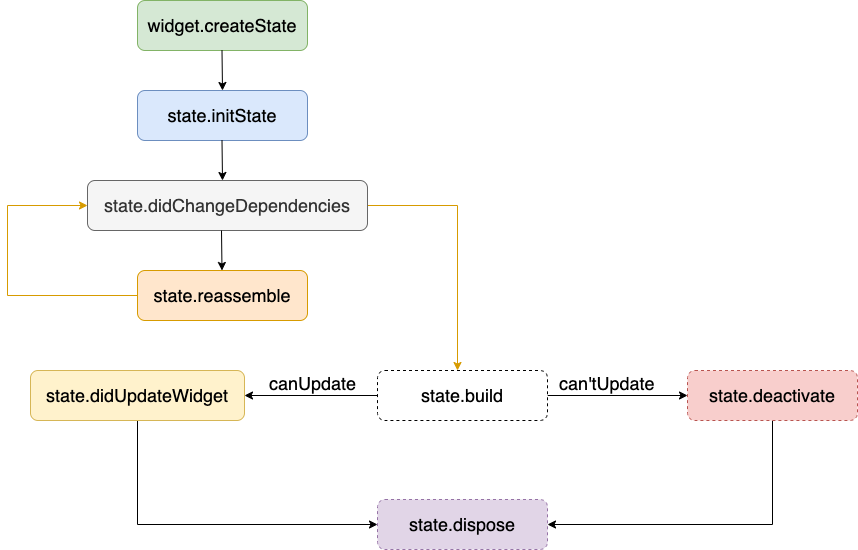
This is images/state_cycle.png from jinjilynn/flutter_tour, a draw.io export, as it was before one commit. Source tidied: cells renumbered, new cells last; positions are measured from the earlier drawing's top-left corner, leaving out a move shared by most shapes.
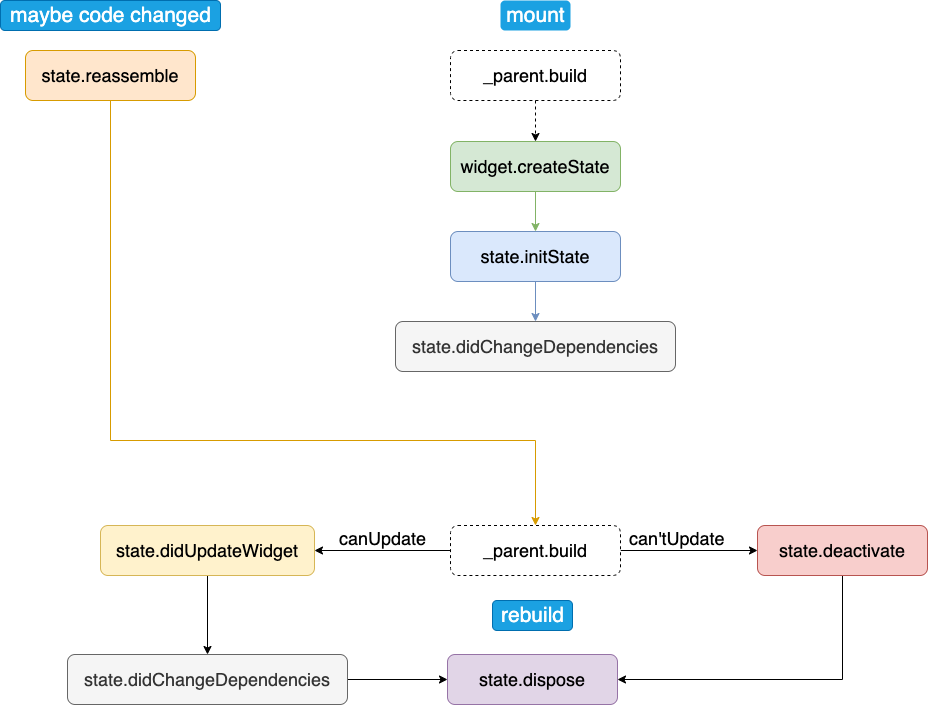
Above is the later version.

What changed in the source:
```diff
@@ -2,63 +2,46 @@
   <root>
     <mxCell id="0" />
     <mxCell id="1" parent="0" />
+    <mxCell id="18" style="edgeStyle=orthogonalEdgeStyle;rounded=0;jettySize=auto;html=1;exitX=0.5;exitY=1;exitDx=0;exitDy=0;entryX=0.5;entryY=0;entryDx=0;entryDy=0;fontSize=21;fillColor=#d5e8d4;strokeColor=#82b366;" parent="1" edge="1" source="2" target="4">
+      <mxGeometry relative="1" as="geometry" />
+    </mxCell>
     <mxCell id="2" value="&lt;font style=&quot;font-size: 18px&quot;&gt;widget.createState&lt;/font&gt;" style="rounded=1;whiteSpace=wrap;html=1;fillColor=#d5e8d4;strokeColor=#82b366;" parent="1" vertex="1">
-      <mxGeometry x="130" width="170" height="50" as="geometry" />
+      <mxGeometry x="373" y="-14" width="170" height="50" as="geometry" />
     </mxCell>
-    <mxCell id="3" style="endArrow=classic;html=1;" parent="1" edge="1">
-      <mxGeometry relative="1" as="geometry">
-        <mxPoint x="214.5" y="50" as="sourcePoint" />
-        <mxPoint x="215" y="90" as="targetPoint" />
-      </mxGeometry>
-    </mxCell>
+    <mxCell id="21" style="edgeStyle=orthogonalEdgeStyle;rounded=0;jettySize=auto;html=1;exitX=0.5;exitY=1;exitDx=0;exitDy=0;entryX=0.5;entryY=0;entryDx=0;entryDy=0;fontSize=21;fillColor=#dae8fc;strokeColor=#6c8ebf;" parent="1" edge="1" source="4" target="22">
+      <mxGeometry relative="1" as="geometry" />
+    </mxCell>
     <mxCell id="4" value="&lt;span style=&quot;font-size: 18px&quot;&gt;state.initState&lt;/span&gt;" style="rounded=1;whiteSpace=wrap;html=1;fillColor=#dae8fc;strokeColor=#6c8ebf;" parent="1" vertex="1">
-      <mxGeometry x="130" y="90" width="170" height="50" as="geometry" />
+      <mxGeometry x="373" y="76" width="170" height="50" as="geometry" />
     </mxCell>
-    <mxCell id="5" style="endArrow=classic;html=1;" parent="1" edge="1">
-      <mxGeometry relative="1" as="geometry">
-        <mxPoint x="214.5" y="140" as="sourcePoint" />
-        <mxPoint x="215" y="180" as="targetPoint" />
-      </mxGeometry>
-    </mxCell>
-    <mxCell id="6" style="edgeStyle=orthogonalEdgeStyle;rounded=0;jettySize=auto;html=1;exitX=1;exitY=0.5;exitDx=0;exitDy=0;fillColor=#ffe6cc;strokeColor=#d79b00;" parent="1" edge="1" source="7">
-      <mxGeometry relative="1" as="geometry">
-        <mxPoint x="450" y="370" as="targetPoint" />
-      </mxGeometry>
-    </mxCell>
-    <mxCell id="7" value="&lt;span style=&quot;font-size: 18px&quot;&gt;state.didChangeDependencies&lt;/span&gt;" style="rounded=1;whiteSpace=wrap;html=1;fillColor=#f5f5f5;strokeColor=#666666;fontColor=#333333;" parent="1" vertex="1">
-      <mxGeometry x="80" y="180" width="280" height="50" as="geometry" />
-    </mxCell>
-    <mxCell id="8" style="edgeStyle=orthogonalEdgeStyle;rounded=0;jettySize=auto;html=1;exitX=0;exitY=0.5;exitDx=0;exitDy=0;entryX=0;entryY=0.5;entryDx=0;entryDy=0;fillColor=#ffe6cc;strokeColor=#d79b00;" parent="1" edge="1" source="9" target="7">
-      <mxGeometry relative="1" as="geometry">
-        <Array as="points">
-          <mxPoint y="295" />
-          <mxPoint y="205" />
-        </Array>
-      </mxGeometry>
-    </mxCell>
+    <mxCell id="22" value="&lt;span style=&quot;font-size: 18px&quot;&gt;state.didChangeDependencies&lt;/span&gt;" style="rounded=1;whiteSpace=wrap;html=1;fillColor=#f5f5f5;strokeColor=#666666;fontColor=#333333;" parent="1" vertex="1">
+      <mxGeometry x="318" y="166" width="280" height="50" as="geometry" />
+    </mxCell>
+    <mxCell id="23" style="edgeStyle=orthogonalEdgeStyle;rounded=0;jettySize=auto;html=1;exitX=0.5;exitY=1;exitDx=0;exitDy=0;entryX=0.5;entryY=0;entryDx=0;entryDy=0;fontSize=21;fillColor=#ffe6cc;strokeColor=#d79b00;" parent="1" edge="1" source="9" target="26">
+      <mxGeometry relative="1" as="geometry">
+        <Array as="points">
+          <mxPoint x="33" y="285" />
+          <mxPoint x="458" y="285" />
+        </Array>
+      </mxGeometry>
+    </mxCell>
     <mxCell id="9" value="&lt;span style=&quot;font-size: 18px&quot;&gt;state.&lt;/span&gt;&lt;span style=&quot;font-size: 18px&quot;&gt;reassemble&lt;/span&gt;" style="rounded=1;whiteSpace=wrap;html=1;fillColor=#ffe6cc;strokeColor=#d79b00;" parent="1" vertex="1">
-      <mxGeometry x="130" y="270" width="170" height="50" as="geometry" />
+      <mxGeometry x="-52" y="-105" width="170" height="50" as="geometry" />
     </mxCell>
-    <mxCell id="10" style="endArrow=classic;html=1;" parent="1" edge="1">
-      <mxGeometry relative="1" as="geometry">
-        <mxPoint x="214" y="230" as="sourcePoint" />
-        <mxPoint x="214.5" y="270" as="targetPoint" />
-      </mxGeometry>
-    </mxCell>
-    <mxCell id="11" style="edgeStyle=orthogonalEdgeStyle;rounded=0;jettySize=auto;html=1;exitX=0;exitY=0.5;exitDx=0;exitDy=0;entryX=1;entryY=0.5;entryDx=0;entryDy=0;" parent="1" edge="1" source="13" target="15">
-      <mxGeometry relative="1" as="geometry" />
-    </mxCell>
-    <mxCell id="12" style="edgeStyle=orthogonalEdgeStyle;rounded=0;jettySize=auto;html=1;" parent="1" edge="1" source="13">
-      <mxGeometry relative="1" as="geometry">
-        <mxPoint x="680" y="395" as="targetPoint" />
-      </mxGeometry>
-    </mxCell>
-    <mxCell id="13" value="&lt;span style=&quot;font-size: 18px&quot;&gt;state.build&lt;/span&gt;" style="rounded=1;whiteSpace=wrap;html=1;dashed=1;" parent="1" vertex="1">
-      <mxGeometry x="370" y="370" width="170" height="50" as="geometry" />
-    </mxCell>
-    <mxCell id="14" style="edgeStyle=orthogonalEdgeStyle;rounded=0;jettySize=auto;html=1;exitX=0.5;exitY=1;exitDx=0;exitDy=0;entryX=0;entryY=0.5;entryDx=0;entryDy=0;" parent="1" edge="1" source="15" target="20">
-      <mxGeometry relative="1" as="geometry" />
-    </mxCell>
+    <mxCell id="24" style="edgeStyle=orthogonalEdgeStyle;rounded=0;jettySize=auto;html=1;exitX=0;exitY=0.5;exitDx=0;exitDy=0;entryX=1;entryY=0.5;entryDx=0;entryDy=0;" parent="1" edge="1" source="26" target="15">
+      <mxGeometry relative="1" as="geometry" />
+    </mxCell>
+    <mxCell id="25" style="edgeStyle=orthogonalEdgeStyle;rounded=0;jettySize=auto;html=1;" parent="1" edge="1" source="26">
+      <mxGeometry relative="1" as="geometry">
+        <mxPoint x="680" y="395" as="targetPoint" />
+      </mxGeometry>
+    </mxCell>
+    <mxCell id="26" value="&lt;span style=&quot;font-size: 18px&quot;&gt;_parent.build&lt;/span&gt;" style="rounded=1;whiteSpace=wrap;html=1;dashed=1;" parent="1" vertex="1">
+      <mxGeometry x="373" y="370" width="170" height="50" as="geometry" />
+    </mxCell>
+    <mxCell id="27" style="edgeStyle=orthogonalEdgeStyle;rounded=0;jettySize=auto;html=1;exitX=0.5;exitY=1;exitDx=0;exitDy=0;entryX=0.5;entryY=0;entryDx=0;entryDy=0;fontSize=21;" parent="1" edge="1" source="15" target="32">
+      <mxGeometry relative="1" as="geometry" />
+    </mxCell>
     <mxCell id="15" value="&lt;span style=&quot;font-size: 18px&quot;&gt;state.didUpdateWidget&lt;/span&gt;" style="rounded=1;whiteSpace=wrap;html=1;fillColor=#fff2cc;strokeColor=#d6b656;" parent="1" vertex="1">
       <mxGeometry x="23" y="370" width="214" height="50" as="geometry" />
     </mxCell>
@@ -68,14 +51,35 @@
     <mxCell id="17" value="&lt;font style=&quot;font-size: 18px&quot;&gt;can'tUpdate&lt;/font&gt;" style="text;html=1;align=left;verticalAlign=top;spacingTop=-4;" parent="1" vertex="1">
       <mxGeometry x="550" y="370" width="110" height="20" as="geometry" />
     </mxCell>
-    <mxCell id="18" style="edgeStyle=orthogonalEdgeStyle;rounded=0;jettySize=auto;html=1;exitX=0.5;exitY=1;exitDx=0;exitDy=0;entryX=1;entryY=0.5;entryDx=0;entryDy=0;" parent="1" edge="1" source="19" target="20">
-      <mxGeometry relative="1" as="geometry" />
-    </mxCell>
+    <mxCell id="28" style="edgeStyle=orthogonalEdgeStyle;rounded=0;jettySize=auto;html=1;exitX=0.5;exitY=1;exitDx=0;exitDy=0;entryX=1;entryY=0.5;entryDx=0;entryDy=0;" parent="1" edge="1" source="19" target="20">
+      <mxGeometry relative="1" as="geometry" />
+    </mxCell>
-    <mxCell id="19" value="&lt;span style=&quot;font-size: 18px&quot;&gt;state.deactivate&lt;/span&gt;" style="rounded=1;whiteSpace=wrap;html=1;dashed=1;fillColor=#f8cecc;strokeColor=#b85450;" parent="1" vertex="1">
+    <mxCell id="19" value="&lt;span style=&quot;font-size: 18px&quot;&gt;state.deactivate&lt;/span&gt;" style="rounded=1;whiteSpace=wrap;html=1;fillColor=#f8cecc;strokeColor=#b85450;" parent="1" vertex="1">
       <mxGeometry x="680" y="370" width="170" height="50" as="geometry" />
     </mxCell>
-    <mxCell id="20" value="&lt;span style=&quot;font-size: 18px&quot;&gt;state.dispose&lt;/span&gt;" style="rounded=1;whiteSpace=wrap;html=1;dashed=1;fillColor=#e1d5e7;strokeColor=#9673a6;" parent="1" vertex="1">
+    <mxCell id="20" value="&lt;span style=&quot;font-size: 18px&quot;&gt;state.dispose&lt;/span&gt;" style="rounded=1;whiteSpace=wrap;html=1;fillColor=#e1d5e7;strokeColor=#9673a6;" parent="1" vertex="1">
       <mxGeometry x="370" y="499" width="170" height="50" as="geometry" />
     </mxCell>
+    <mxCell id="29" value="&lt;font style=&quot;font-size: 21px;&quot;&gt;mount&lt;/font&gt;" style="text;html=1;align=center;verticalAlign=middle;fillColor=#1ba1e2;strokeColor=none;fontColor=#ffffff;rounded=1;fontSize=21;" parent="1" vertex="1">
+      <mxGeometry x="423" y="-155" width="70" height="30" as="geometry" />
+    </mxCell>
+    <mxCell id="30" value="&lt;font style=&quot;font-size: 21px;&quot;&gt;maybe code changed&lt;/font&gt;" style="text;html=1;align=center;verticalAlign=middle;fillColor=#1ba1e2;strokeColor=#006EAF;fontColor=#ffffff;rounded=1;fontSize=21;" parent="1" vertex="1">
+      <mxGeometry x="-77" y="-155" width="220" height="30" as="geometry" />
+    </mxCell>
+    <mxCell id="31" style="edgeStyle=orthogonalEdgeStyle;rounded=0;jettySize=auto;html=1;exitX=1;exitY=0.5;exitDx=0;exitDy=0;entryX=0;entryY=0.5;entryDx=0;entryDy=0;fontSize=21;" parent="1" edge="1" source="32" target="20">
+      <mxGeometry relative="1" as="geometry" />
+    </mxCell>
+    <mxCell id="32" value="&lt;span style=&quot;font-size: 18px&quot;&gt;state.didChangeDependencies&lt;/span&gt;" style="rounded=1;whiteSpace=wrap;html=1;fillColor=#f5f5f5;strokeColor=#666666;fontColor=#333333;" parent="1" vertex="1">
+      <mxGeometry x="-10" y="499" width="280" height="50" as="geometry" />
+    </mxCell>
+    <mxCell id="33" value="&lt;font style=&quot;font-size: 21px&quot;&gt;rebuild&lt;/font&gt;" style="text;html=1;align=center;verticalAlign=middle;fillColor=#1ba1e2;strokeColor=#006EAF;fontColor=#ffffff;rounded=1;fontSize=21;" parent="1" vertex="1">
+      <mxGeometry x="415" y="445" width="80" height="30" as="geometry" />
+    </mxCell>
+    <mxCell id="34" style="edgeStyle=orthogonalEdgeStyle;rounded=0;jettySize=auto;html=1;exitX=0.5;exitY=1;exitDx=0;exitDy=0;entryX=0.5;entryY=0;entryDx=0;entryDy=0;strokeColor=#000000;fontSize=21;dashed=1;" parent="1" edge="1" source="35" target="2">
+      <mxGeometry relative="1" as="geometry" />
+    </mxCell>
+    <mxCell id="35" value="&lt;span style=&quot;font-size: 18px&quot;&gt;_parent.build&lt;/span&gt;" style="rounded=1;whiteSpace=wrap;html=1;dashed=1;" parent="1" vertex="1">
+      <mxGeometry x="373" y="-105" width="170" height="50" as="geometry" />
+    </mxCell>
   </root>
 </mxGraphModel>
```
